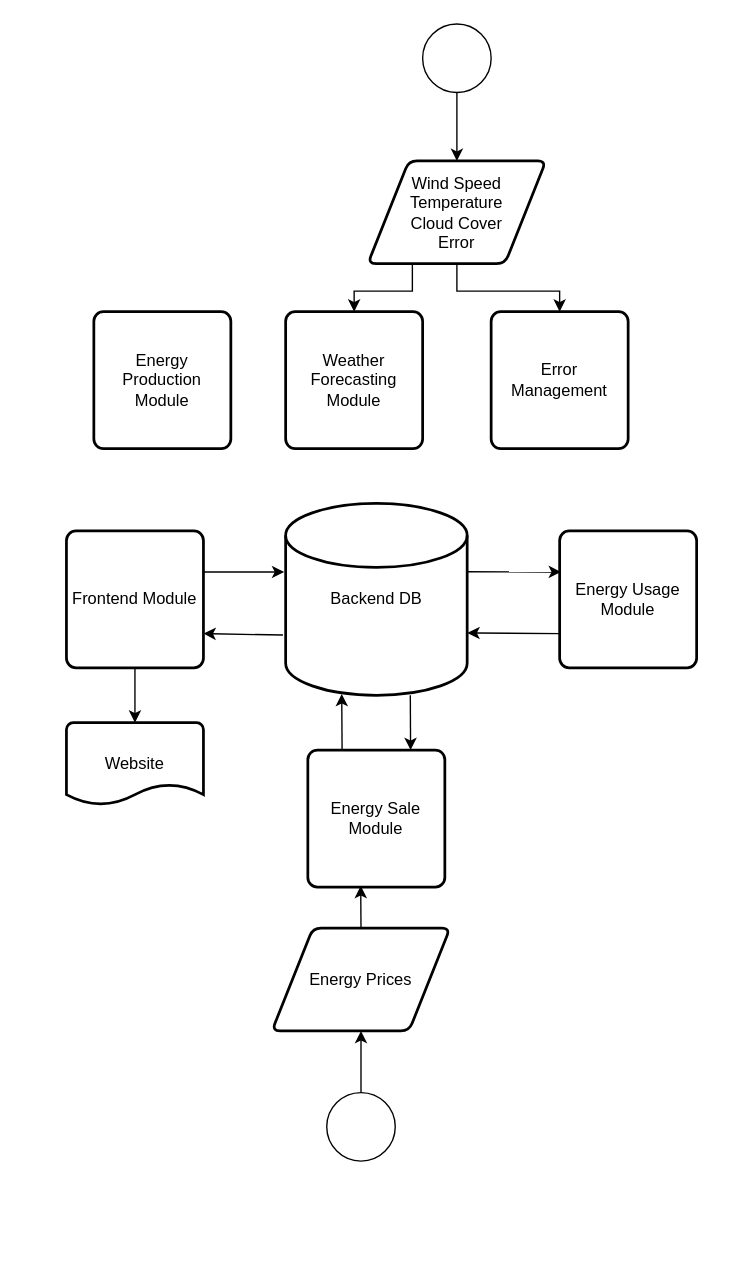
Earlier version of the draw.io diagram Convergence.drawio (aber-wgr/ConvergenceDiagrams). Source tidied: cells renumbered, new cells numbered last; positions are measured from the earlier drawing's top-left corner, leaving out a move shared by most shapes. Both pictures are drawn from the tidied source at 137%, with x=0, y=0 at pixel (66, 23).
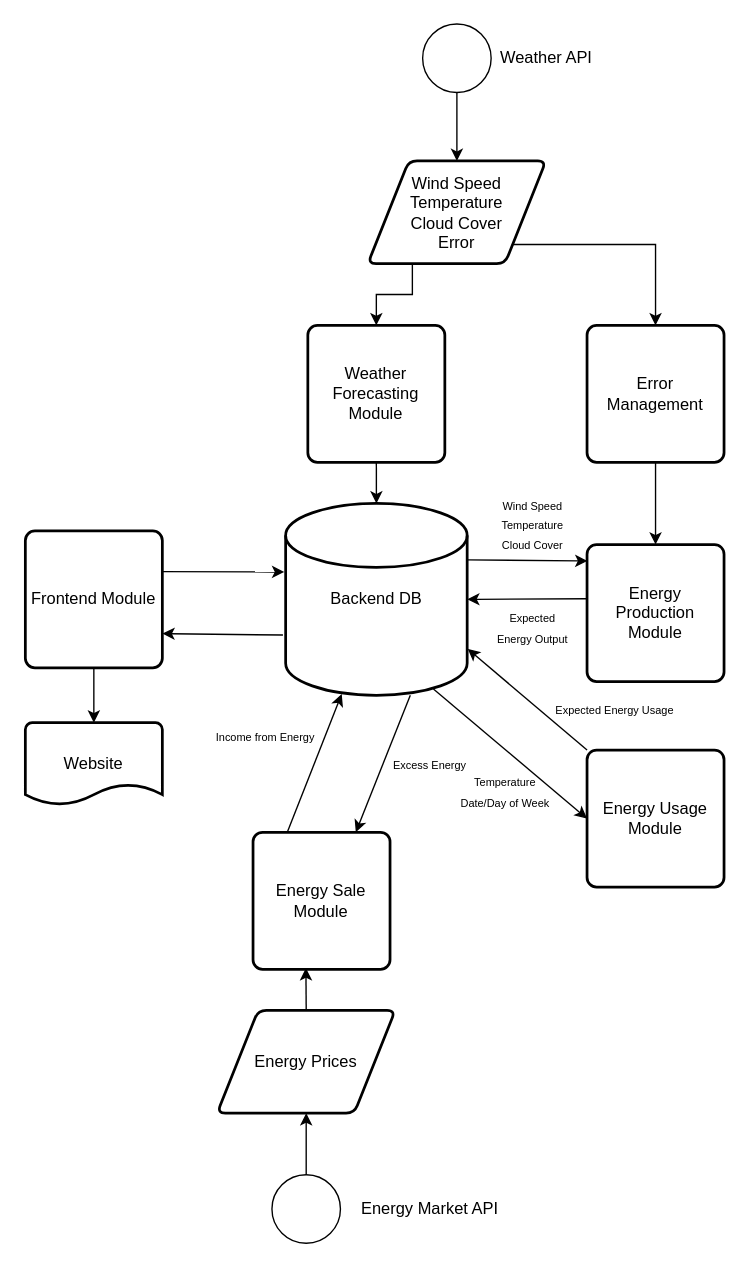
After the change.

Unchanged cells that the change refers to:
```xml
<mxCell id="2" value="Backend DB" style="strokeWidth=2;html=1;shape=mxgraph.flowchart.database;whiteSpace=wrap;" parent="1" vertex="1">
  <mxGeometry x="160" y="350" width="132.5" height="140" as="geometry" />
</mxCell>
<mxCell id="5" value="Wind Speed&lt;br&gt;Temperature&lt;br&gt;Cloud Cover&lt;br&gt;Error" style="shape=parallelogram;html=1;strokeWidth=2;perimeter=parallelogramPerimeter;whiteSpace=wrap;rounded=1;arcSize=12;size=0.23;" parent="1" vertex="1">
  <mxGeometry x="220" y="100" width="130" height="75" as="geometry" />
</mxCell>
```

The edit, as a diff of the source:
```diff
@@
-    <mxCell id="4" style="edgeStyle=orthogonalEdgeStyle;rounded=0;jettySize=auto;html=1;exitX=0.5;exitY=1;exitDx=0;exitDy=0;entryX=0.5;entryY=0;entryDx=0;entryDy=0;" parent="1" edge="1" source="5" target="15">
+    <mxCell id="4" style="edgeStyle=orthogonalEdgeStyle;rounded=0;jettySize=auto;html=1;exitX=1;exitY=1;exitDx=0;exitDy=0;entryX=0.5;entryY=0;entryDx=0;entryDy=0;" parent="1" edge="1" source="5" target="15">
       <mxGeometry relative="1" as="geometry" />
     </mxCell>
@@
     <mxCell id="9" style="ellipse;whiteSpace=wrap;html=1;" parent="1" vertex="1">
-      <mxGeometry x="190" y="780" width="50" height="50" as="geometry" />
+      <mxGeometry x="150" y="840" width="50" height="50" as="geometry" />
     </mxCell>
     <mxCell id="10" value="Energy Usage Module" style="rounded=1;whiteSpace=wrap;html=1;absoluteArcSize=1;arcSize=14;strokeWidth=2;" parent="1" vertex="1">
-      <mxGeometry x="360" y="370" width="100" height="100" as="geometry" />
+      <mxGeometry x="380" y="530" width="100" height="100" as="geometry" />
     </mxCell>
@@
     <mxCell id="12" value="Frontend Module" style="rounded=1;whiteSpace=wrap;html=1;absoluteArcSize=1;arcSize=14;strokeWidth=2;" parent="1" vertex="1">
-      <mxGeometry y="370" width="100" height="100" as="geometry" />
+      <mxGeometry x="-30" y="370" width="100" height="100" as="geometry" />
     </mxCell>
     <mxCell id="13" value="Energy Production Module" style="rounded=1;whiteSpace=wrap;html=1;absoluteArcSize=1;arcSize=14;strokeWidth=2;" parent="1" vertex="1">
-      <mxGeometry x="20" y="210" width="100" height="100" as="geometry" />
+      <mxGeometry x="380" y="380" width="100" height="100" as="geometry" />
     </mxCell>
+    <mxCell id="26" style="edgeStyle=orthogonalEdgeStyle;rounded=0;jettySize=auto;html=1;exitX=0.5;exitY=1;exitDx=0;exitDy=0;entryX=0.5;entryY=0;entryDx=0;entryDy=0;entryPerimeter=0;" parent="1" edge="1" source="14" target="2">
+      <mxGeometry relative="1" as="geometry" />
+    </mxCell>
     <mxCell id="14" value="Weather Forecasting Module" style="rounded=1;whiteSpace=wrap;html=1;absoluteArcSize=1;arcSize=14;strokeWidth=2;" parent="1" vertex="1">
-      <mxGeometry x="160" y="210" width="100" height="100" as="geometry" />
+      <mxGeometry x="176.2" y="220" width="100" height="100" as="geometry" />
     </mxCell>
+    <mxCell id="27" style="edgeStyle=orthogonalEdgeStyle;rounded=0;jettySize=auto;html=1;exitX=0.5;exitY=1;exitDx=0;exitDy=0;entryX=0.5;entryY=0;entryDx=0;entryDy=0;" parent="1" edge="1" source="15" target="13">
+      <mxGeometry relative="1" as="geometry" />
+    </mxCell>
     <mxCell id="15" value="Error Management" style="rounded=1;whiteSpace=wrap;html=1;absoluteArcSize=1;arcSize=14;strokeWidth=2;" parent="1" vertex="1">
-      <mxGeometry x="310" y="210" width="100" height="100" as="geometry" />
+      <mxGeometry x="380" y="220" width="100" height="100" as="geometry" />
     </mxCell>
     <mxCell id="16" value="Website" style="strokeWidth=2;html=1;shape=mxgraph.flowchart.document2;whiteSpace=wrap;size=0.25;" parent="1" vertex="1">
-      <mxGeometry y="510" width="100" height="60" as="geometry" />
+      <mxGeometry x="-30" y="510" width="100" height="60" as="geometry" />
     </mxCell>
@@
     <mxCell id="18" value="Energy Prices" style="shape=parallelogram;html=1;strokeWidth=2;perimeter=parallelogramPerimeter;whiteSpace=wrap;rounded=1;arcSize=12;size=0.23;" parent="1" vertex="1">
-      <mxGeometry x="150" y="660" width="130" height="75" as="geometry" />
+      <mxGeometry x="110" y="720" width="130" height="75" as="geometry" />
     </mxCell>
     <mxCell id="19" value="Energy Sale Module" style="rounded=1;whiteSpace=wrap;html=1;absoluteArcSize=1;arcSize=14;strokeWidth=2;" parent="1" vertex="1">
-      <mxGeometry x="176.2" y="530" width="100" height="100" as="geometry" />
+      <mxGeometry x="136.2" y="590" width="100" height="100" as="geometry" />
     </mxCell>
@@
-    <mxCell id="21" style="endArrow=classic;html=1;" parent="1" edge="1">
+    <mxCell id="21" style="endArrow=classic;html=1;exitX=0.994;exitY=0.297;exitDx=0;exitDy=0;exitPerimeter=0;" parent="1" edge="1" source="12">
       <mxGeometry relative="1" as="geometry">
-        <mxPoint x="100" y="400" as="sourcePoint" />
         <mxPoint x="159" y="400" as="targetPoint" />
       </mxGeometry>
     </mxCell>
@@
-    <mxCell id="24" style="endArrow=classic;html=1;exitX=0;exitY=0.75;exitDx=0;exitDy=0;entryX=1.001;entryY=0.675;entryDx=0;entryDy=0;entryPerimeter=0;" parent="1" edge="1" source="10" target="2">
+    <mxCell id="24" style="endArrow=classic;html=1;exitX=0;exitY=0;exitDx=0;exitDy=0;entryX=1.003;entryY=0.758;entryDx=0;entryDy=0;entryPerimeter=0;" parent="1" edge="1" source="10" target="2">
       <mxGeometry relative="1" as="geometry" />
     </mxCell>
-    <mxCell id="25" style="endArrow=classic;html=1;exitX=0.999;exitY=0.356;exitDx=0;exitDy=0;exitPerimeter=0;" parent="1" edge="1" source="2">
-      <mxGeometry relative="1" as="geometry">
-        <mxPoint x="361" y="400" as="targetPoint" />
-        <Array as="points">
-          <mxPoint x="361" y="400" />
-        </Array>
-      </mxGeometry>
-    </mxCell>
+    <mxCell id="28" style="endArrow=classic;html=1;entryX=0;entryY=0.5;entryDx=0;entryDy=0;exitX=0.814;exitY=0.967;exitDx=0;exitDy=0;exitPerimeter=0;" parent="1" edge="1" source="2" target="10">
+      <mxGeometry relative="1" as="geometry" />
+    </mxCell>
+    <mxCell id="29" style="endArrow=classic;html=1;exitX=0.996;exitY=0.294;exitDx=0;exitDy=0;exitPerimeter=0;entryX=0.003;entryY=0.12;entryDx=0;entryDy=0;entryPerimeter=0;" parent="1" edge="1" source="2" target="13">
+      <mxGeometry relative="1" as="geometry" />
+    </mxCell>
+    <mxCell id="30" style="endArrow=classic;html=1;exitX=-0.005;exitY=0.395;exitDx=0;exitDy=0;exitPerimeter=0;entryX=1;entryY=0.5;entryDx=0;entryDy=0;entryPerimeter=0;" parent="1" edge="1" source="13" target="2">
+      <mxGeometry relative="1" as="geometry" />
+    </mxCell>
+    <mxCell id="31" value="Energy Market API" style="text;html=1;align=center;verticalAlign=middle;" parent="1" vertex="1">
+      <mxGeometry x="205" y="855" width="120" height="20" as="geometry" />
+    </mxCell>
+    <mxCell id="32" value="Weather API" style="text;html=1;align=center;verticalAlign=middle;" parent="1" vertex="1">
+      <mxGeometry x="310" y="15" width="80" height="20" as="geometry" />
+    </mxCell>
+    <mxCell id="33" value="&lt;font style=&quot;font-size: 8px&quot;&gt;Temperature&lt;br&gt;Date/Day of Week&lt;/font&gt;" style="text;html=1;align=center;verticalAlign=middle;" parent="1" vertex="1">
+      <mxGeometry x="280" y="540" width="80" height="40" as="geometry" />
+    </mxCell>
+    <mxCell id="34" value="&lt;span style=&quot;font-size: 8px&quot;&gt;Expected Energy Usage&lt;/span&gt;" style="text;html=1;align=center;verticalAlign=middle;" parent="1" vertex="1">
+      <mxGeometry x="350" y="490" width="100" height="20" as="geometry" />
+    </mxCell>
+    <mxCell id="35" value="&lt;span style=&quot;font-size: 8px&quot;&gt;Expected &lt;br&gt;Energy Output&lt;/span&gt;" style="text;html=1;align=center;verticalAlign=middle;" parent="1" vertex="1">
+      <mxGeometry x="305" y="420" width="70" height="40" as="geometry" />
+    </mxCell>
+    <mxCell id="36" value="&lt;font style=&quot;font-size: 8px&quot;&gt;Wind Speed&lt;br&gt;Temperature&lt;br&gt;Cloud Cover&lt;/font&gt;" style="text;html=1;align=center;verticalAlign=middle;" parent="1" vertex="1">
+      <mxGeometry x="310" y="340" width="60" height="50" as="geometry" />
+    </mxCell>
+    <mxCell id="37" value="&lt;span style=&quot;font-size: 8px&quot;&gt;Excess Energy&lt;/span&gt;" style="text;html=1;align=center;verticalAlign=middle;" parent="1" vertex="1">
+      <mxGeometry x="230" y="530" width="70" height="20" as="geometry" />
+    </mxCell>
+    <mxCell id="38" value="&lt;span style=&quot;font-size: 8px&quot;&gt;Income from Energy&lt;/span&gt;" style="text;html=1;align=center;verticalAlign=middle;" parent="1" vertex="1">
+      <mxGeometry x="100" y="510" width="90" height="20" as="geometry" />
+    </mxCell>
```
